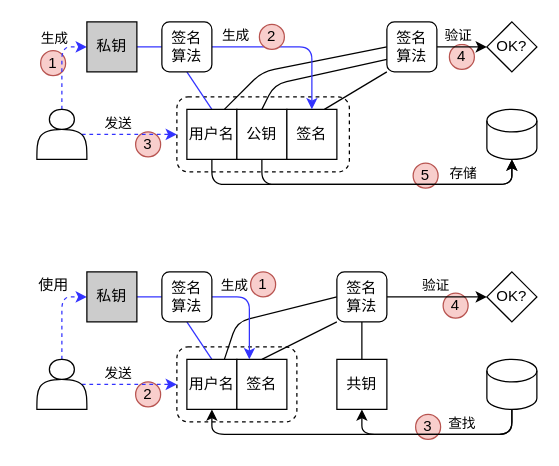
Above: page "Sig" (4 of 6) of draw/ch02.drawio in zxh0/blockchain-book (draw.io), before the change. Source tidied: cells renumbered, new cells numbered last; positions are measured from the earlier drawing's top-left corner, leaving out a move shared by most shapes. Both pictures are drawn from the tidied source at 125%, with x=0, y=0 at pixel (21, 21).
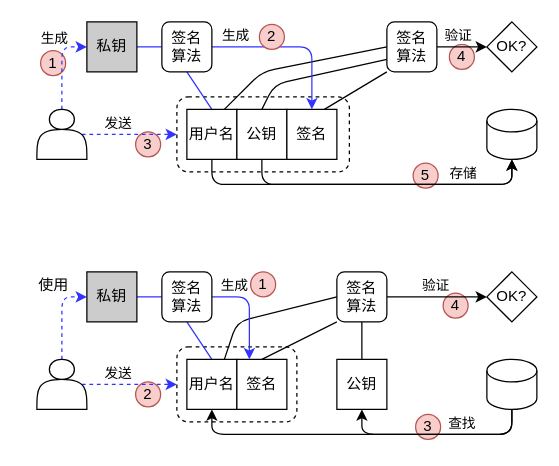
The same page after the edit.

What changed in the source:
```diff
@@
-    <mxCell id="31" value="共钥" style="rounded=0;whiteSpace=wrap;html=1;" parent="1" vertex="1">
+    <mxCell id="31" value="公钥" style="rounded=0;whiteSpace=wrap;html=1;" parent="1" vertex="1">
       <mxGeometry x="252" y="270" width="40" height="40" as="geometry" />
     </mxCell>
```
